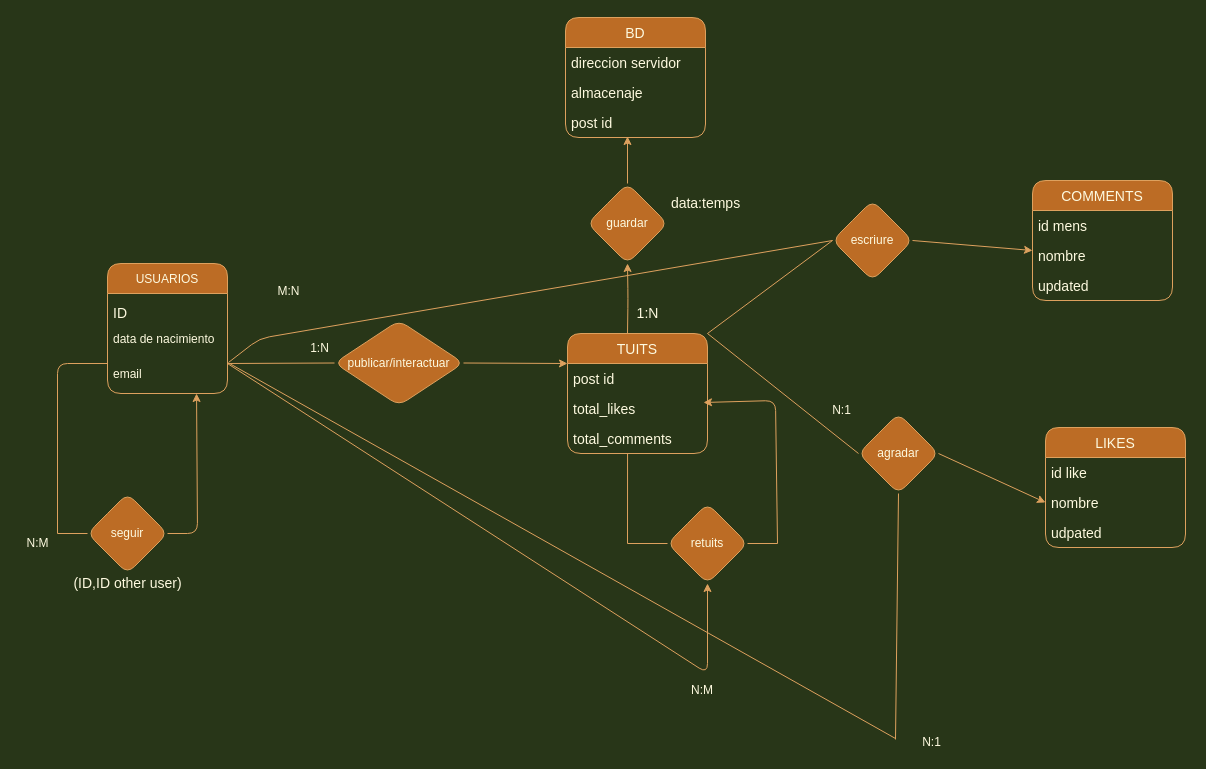
This is Ejercicio16.drawio from MarcPadrell/Team-4-ta12, a draw.io file, before an edit. Source tidied: cells renumbered, new cells numbered last; positions are measured from the earlier drawing's top-left corner, leaving out a move shared by most shapes. Both pictures are drawn from the tidied source at 100%, with x=0, y=0 at pixel (17, 17).
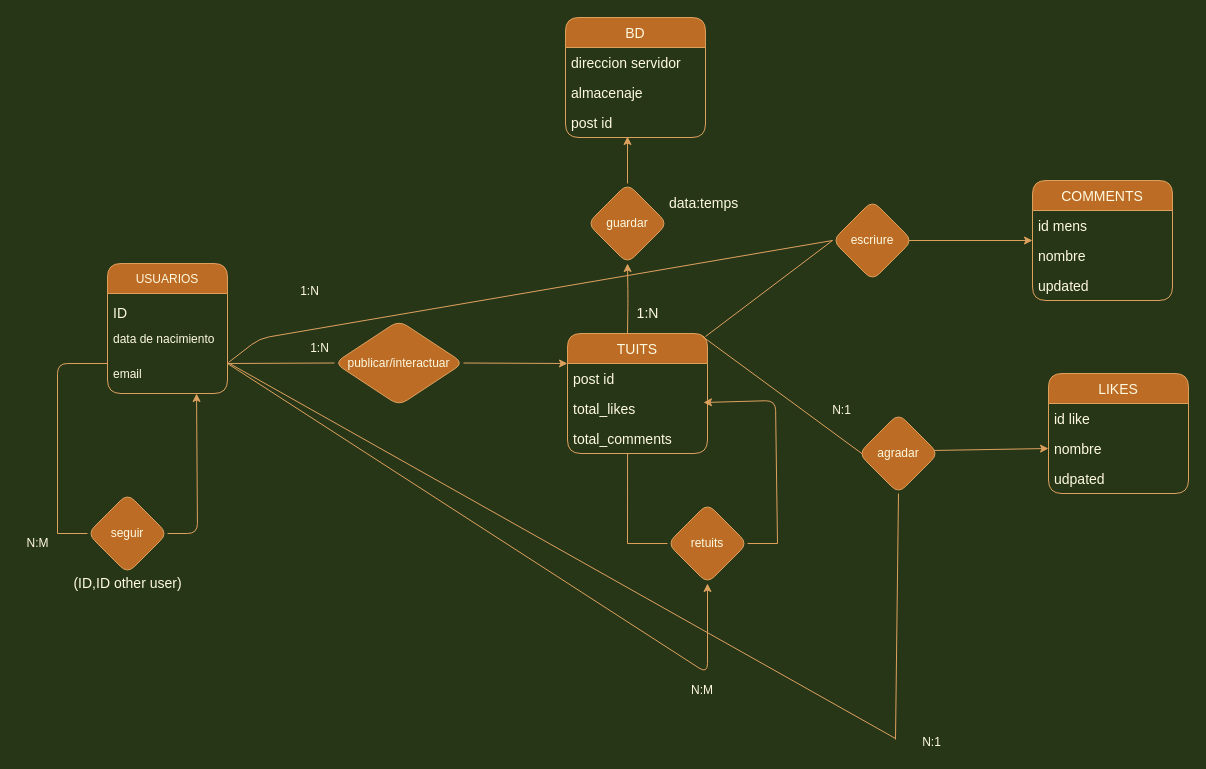
The same page after the edit.

Unchanged cells that the change refers to:
```xml
<mxCell id="23" value="TUITS" style="swimlane;fontStyle=0;horizontal=1;startSize=30;fontSize=14;fontColor=#FEFAE0;fillColor=#BC6C25;strokeColor=#DDA15E;rounded=1;" parent="1" vertex="1">
  <mxGeometry x="550" y="316" width="140" height="120" as="geometry" />
</mxCell>
<mxCell id="27" value="COMMENTS" style="swimlane;fontStyle=0;horizontal=1;startSize=30;fontSize=14;fontColor=#FEFAE0;fillColor=#BC6C25;strokeColor=#DDA15E;rounded=1;" parent="1" vertex="1">
  <mxGeometry x="1015" y="163" width="140" height="120" as="geometry" />
</mxCell>
<mxCell id="39" value="nombre" style="text;strokeColor=none;fillColor=none;align=left;verticalAlign=middle;spacingLeft=4;spacingRight=4;overflow=hidden;points=[[0,0.5],[1,0.5]];portConstraint=eastwest;fontSize=14;fontColor=#FEFAE0;rounded=1;" parent="37" vertex="1">
  <mxGeometry y="60" width="140" height="30" as="geometry" />
</mxCell>
<mxCell id="45" value="escriure" style="rhombus;whiteSpace=wrap;html=1;fillColor=#BC6C25;strokeColor=#DDA15E;fontColor=#FEFAE0;rounded=1;" parent="1" vertex="1">
  <mxGeometry x="815" y="183" width="80" height="80" as="geometry" />
</mxCell>
```

What changed in the source:
```diff
@@
-    <mxCell id="32" value="data:temps" style="text;html=1;align=center;verticalAlign=middle;strokeColor=none;fillColor=none;fontSize=14;fontColor=#FEFAE0;rounded=1;" parent="1" vertex="1">
-      <mxGeometry x="648" y="175" width="79" height="21" as="geometry" />
+    <mxCell id="32" value="data:temps&amp;nbsp;" style="text;html=1;align=center;verticalAlign=middle;strokeColor=none;fillColor=none;fontSize=14;fontColor=#FEFAE0;rounded=1;" parent="1" vertex="1">
+      <mxGeometry x="646" y="175" width="83" height="21" as="geometry" />
     </mxCell>
@@
     <mxCell id="37" value="LIKES" style="swimlane;fontStyle=0;horizontal=1;startSize=30;fontSize=14;fontColor=#FEFAE0;fillColor=#BC6C25;strokeColor=#DDA15E;rounded=1;" parent="1" vertex="1">
-      <mxGeometry x="1028" y="410" width="140" height="120" as="geometry" />
+      <mxGeometry x="1031" y="356" width="140" height="120" as="geometry" />
     </mxCell>
@@
     <mxCell id="43" style="endArrow=none;html=1;strokeColor=#DDA15E;entryX=0;entryY=0.5;entryDx=0;entryDy=0;labelBackgroundColor=#283618;fontColor=#FEFAE0;" parent="1" edge="1" target="45">
       <mxGeometry relative="1" as="geometry">
-        <mxPoint x="690" y="316" as="sourcePoint" />
+        <mxPoint x="688" y="319" as="sourcePoint" />
       </mxGeometry>
     </mxCell>
-    <mxCell id="44" style="endArrow=classic;html=1;exitX=1;exitY=0.5;exitDx=0;exitDy=0;strokeColor=#DDA15E;labelBackgroundColor=#283618;fontColor=#FEFAE0;" parent="1" edge="1" source="45">
+    <mxCell id="44" style="endArrow=classic;html=1;strokeColor=#DDA15E;labelBackgroundColor=#283618;fontColor=#FEFAE0;entryX=0;entryY=0.5;entryDx=0;entryDy=0;" parent="1" edge="1" target="27">
       <mxGeometry relative="1" as="geometry">
-        <mxPoint x="1015" y="233" as="targetPoint" />
+        <mxPoint x="890" y="223" as="sourcePoint" />
       </mxGeometry>
     </mxCell>
@@
     <mxCell id="47" style="endArrow=classic;html=1;strokeColor=#DDA15E;entryX=0;entryY=0.5;entryDx=0;entryDy=0;labelBackgroundColor=#283618;fontColor=#FEFAE0;" parent="1" edge="1" target="39">
       <mxGeometry relative="1" as="geometry">
-        <mxPoint x="921" y="436" as="sourcePoint" />
+        <mxPoint x="914" y="433" as="sourcePoint" />
       </mxGeometry>
     </mxCell>
-    <mxCell id="48" style="endArrow=none;html=1;strokeColor=#DDA15E;exitX=1;exitY=0;exitDx=0;exitDy=0;entryX=0;entryY=0.5;entryDx=0;entryDy=0;labelBackgroundColor=#283618;fontColor=#FEFAE0;" parent="1" edge="1" source="23">
+    <mxCell id="48" style="endArrow=none;html=1;strokeColor=#DDA15E;labelBackgroundColor=#283618;fontColor=#FEFAE0;" parent="1" edge="1">
       <mxGeometry relative="1" as="geometry">
-        <mxPoint x="841" y="436" as="targetPoint" />
+        <mxPoint x="685" y="319" as="sourcePoint" />
+        <mxPoint x="847" y="438" as="targetPoint" />
       </mxGeometry>
     </mxCell>
@@
-    <mxCell id="55" value="M:N" style="text;html=1;align=center;verticalAlign=middle;strokeColor=none;fillColor=none;rounded=1;fontColor=#FEFAE0;" parent="1" vertex="1">
-      <mxGeometry x="255" y="265" width="32" height="18" as="geometry" />
-    </mxCell>
+    <mxCell id="56" value="1:N" style="text;html=1;align=center;verticalAlign=middle;strokeColor=none;fillColor=none;fontColor=#FEFAE0;" parent="1" vertex="1">
+      <mxGeometry x="277" y="265" width="29" height="18" as="geometry" />
+    </mxCell>
```
